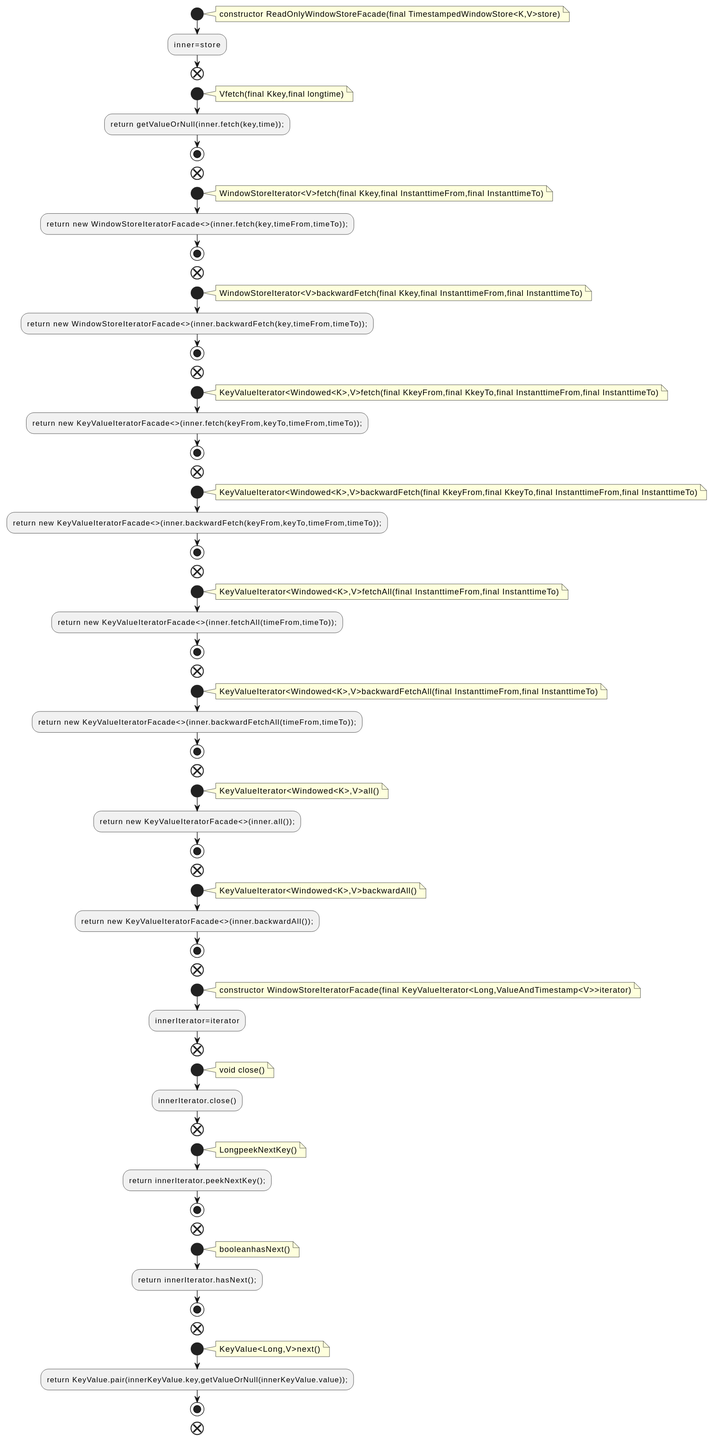
The PlantUML diagram docs/qc/streams/src/main/java/org/apache/kafka/streams/state/internals/ReadOnlyWindowStoreFacade.java.fct.svg in qualitesys/kafka, before a commit. Its diagram source:
```plantuml
@startuml
!pragma layout smetana
start
note right
constructor ReadOnlyWindowStoreFacade(final TimestampedWindowStore<K,V>store)
end note
:inner=store;
end
start
note right
Vfetch(final Kkey,final longtime)
end note
:return getValueOrNull(inner.fetch(key,time));;
stop
end
start
note right
WindowStoreIterator<V>fetch(final Kkey,final InstanttimeFrom,final InstanttimeTo)
end note
:return new WindowStoreIteratorFacade<>(inner.fetch(key,timeFrom,timeTo));;
stop
end
start
note right
WindowStoreIterator<V>backwardFetch(final Kkey,final InstanttimeFrom,final InstanttimeTo)
end note
:return new WindowStoreIteratorFacade<>(inner.backwardFetch(key,timeFrom,timeTo));;
stop
end
start
note right
KeyValueIterator<Windowed<K>,V>fetch(final KkeyFrom,final KkeyTo,final InstanttimeFrom,final InstanttimeTo)
end note
:return new KeyValueIteratorFacade<>(inner.fetch(keyFrom,keyTo,timeFrom,timeTo));;
stop
end
start
note right
KeyValueIterator<Windowed<K>,V>backwardFetch(final KkeyFrom,final KkeyTo,final InstanttimeFrom,final InstanttimeTo)
end note
:return new KeyValueIteratorFacade<>(inner.backwardFetch(keyFrom,keyTo,timeFrom,timeTo));;
stop
end
start
note right
KeyValueIterator<Windowed<K>,V>fetchAll(final InstanttimeFrom,final InstanttimeTo)
end note
:return new KeyValueIteratorFacade<>(inner.fetchAll(timeFrom,timeTo));;
stop
end
start
note right
KeyValueIterator<Windowed<K>,V>backwardFetchAll(final InstanttimeFrom,final InstanttimeTo)
end note
:return new KeyValueIteratorFacade<>(inner.backwardFetchAll(timeFrom,timeTo));;
stop
end
start
note right
KeyValueIterator<Windowed<K>,V>all()
end note
:return new KeyValueIteratorFacade<>(inner.all());;
stop
end
start
note right
KeyValueIterator<Windowed<K>,V>backwardAll()
end note
:return new KeyValueIteratorFacade<>(inner.backwardAll());;
stop
end
start
note right
constructor WindowStoreIteratorFacade(final KeyValueIterator<Long,ValueAndTimestamp<V>>iterator)
end note
:innerIterator=iterator;
end
start
note right
void close()
end note
:innerIterator.close();
end
start
note right
LongpeekNextKey()
end note
:return innerIterator.peekNextKey();;
stop
end
start
note right
booleanhasNext()
end note
:return innerIterator.hasNext();;
stop
end
start
note right
KeyValue<Long,V>next()
end note
:return KeyValue.pair(innerKeyValue.key,getValueOrNull(innerKeyValue.value));;
stop
end
@enduml
```
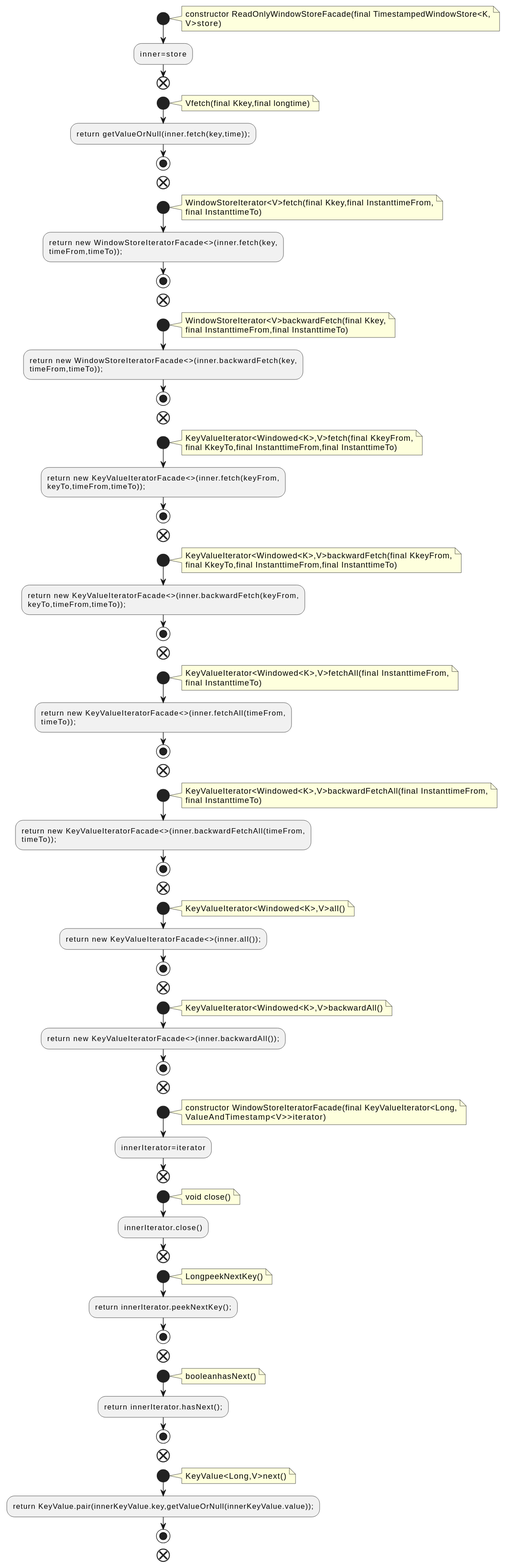
Later version of the same file.

The edit, as a diff of the source:
```diff
@@ -2,7 +2,8 @@
 !pragma layout smetana
 start
 note right
-constructor ReadOnlyWindowStoreFacade(final TimestampedWindowStore<K,V>store)
+constructor ReadOnlyWindowStoreFacade(final TimestampedWindowStore<K,
+V>store)
 end note
 :inner=store;
 end
@@ -15,44 +16,56 @@
 end
 start
 note right
-WindowStoreIterator<V>fetch(final Kkey,final InstanttimeFrom,final InstanttimeTo)
+WindowStoreIterator<V>fetch(final Kkey,final InstanttimeFrom,
+final InstanttimeTo)
 end note
-:return new WindowStoreIteratorFacade<>(inner.fetch(key,timeFrom,timeTo));;
+:return new WindowStoreIteratorFacade<>(inner.fetch(key,
+timeFrom,timeTo));;
 stop
 end
 start
 note right
-WindowStoreIterator<V>backwardFetch(final Kkey,final InstanttimeFrom,final InstanttimeTo)
+WindowStoreIterator<V>backwardFetch(final Kkey,
+final InstanttimeFrom,final InstanttimeTo)
 end note
-:return new WindowStoreIteratorFacade<>(inner.backwardFetch(key,timeFrom,timeTo));;
+:return new WindowStoreIteratorFacade<>(inner.backwardFetch(key,
+timeFrom,timeTo));;
 stop
 end
 start
 note right
-KeyValueIterator<Windowed<K>,V>fetch(final KkeyFrom,final KkeyTo,final InstanttimeFrom,final InstanttimeTo)
+KeyValueIterator<Windowed<K>,V>fetch(final KkeyFrom,
+final KkeyTo,final InstanttimeFrom,final InstanttimeTo)
 end note
-:return new KeyValueIteratorFacade<>(inner.fetch(keyFrom,keyTo,timeFrom,timeTo));;
+:return new KeyValueIteratorFacade<>(inner.fetch(keyFrom,
+keyTo,timeFrom,timeTo));;
 stop
 end
 start
 note right
-KeyValueIterator<Windowed<K>,V>backwardFetch(final KkeyFrom,final KkeyTo,final InstanttimeFrom,final InstanttimeTo)
+KeyValueIterator<Windowed<K>,V>backwardFetch(final KkeyFrom,
+final KkeyTo,final InstanttimeFrom,final InstanttimeTo)
 end note
-:return new KeyValueIteratorFacade<>(inner.backwardFetch(keyFrom,keyTo,timeFrom,timeTo));;
+:return new KeyValueIteratorFacade<>(inner.backwardFetch(keyFrom,
+keyTo,timeFrom,timeTo));;
 stop
 end
 start
 note right
-KeyValueIterator<Windowed<K>,V>fetchAll(final InstanttimeFrom,final InstanttimeTo)
+KeyValueIterator<Windowed<K>,V>fetchAll(final InstanttimeFrom,
+final InstanttimeTo)
 end note
-:return new KeyValueIteratorFacade<>(inner.fetchAll(timeFrom,timeTo));;
+:return new KeyValueIteratorFacade<>(inner.fetchAll(timeFrom,
+timeTo));;
 stop
 end
 start
 note right
-KeyValueIterator<Windowed<K>,V>backwardFetchAll(final InstanttimeFrom,final InstanttimeTo)
+KeyValueIterator<Windowed<K>,V>backwardFetchAll(final InstanttimeFrom,
+final InstanttimeTo)
 end note
-:return new KeyValueIteratorFacade<>(inner.backwardFetchAll(timeFrom,timeTo));;
+:return new KeyValueIteratorFacade<>(inner.backwardFetchAll(timeFrom,
+timeTo));;
 stop
 end
 start
@@ -71,7 +84,8 @@
 end
 start
 note right
-constructor WindowStoreIteratorFacade(final KeyValueIterator<Long,ValueAndTimestamp<V>>iterator)
+constructor WindowStoreIteratorFacade(final KeyValueIterator<Long,
+ValueAndTimestamp<V>>iterator)
 end note
 :innerIterator=iterator;
 end
```
